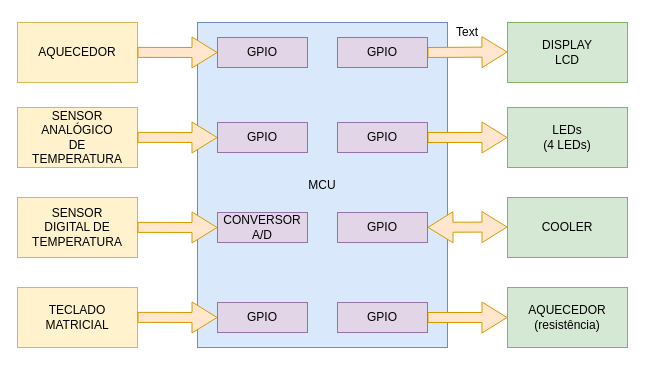
Above: Diagrama de blocos.drawio in diegusxavier/ES670-2025-Grupo-B4 (draw.io), before the change. Source tidied: cells renumbered, new cells numbered last; positions are measured from the earlier drawing's top-left corner, leaving out a move shared by most shapes. Both pictures are drawn from the tidied source at 100%, with x=0, y=0 at pixel (17, 17).
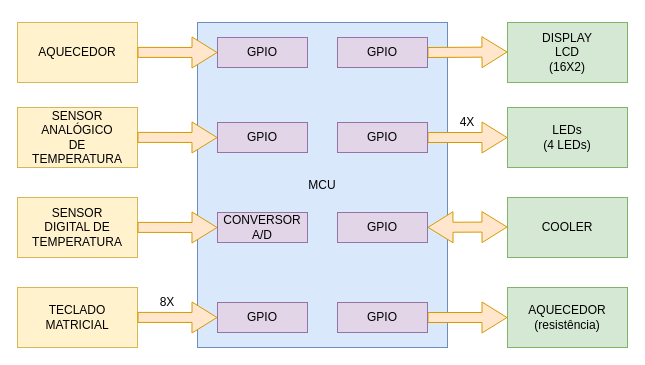
The same diagram, later.

The edit, as a diff of the source:
```diff
@@
-    <mxCell id="11" value="DISPLAY LCD" style="text;html=1;align=center;verticalAlign=middle;whiteSpace=wrap;rounded=0;" parent="1" vertex="1">
+    <mxCell id="11" value="DISPLAY LCD (16X2)" style="text;html=1;align=center;verticalAlign=middle;whiteSpace=wrap;rounded=0;" parent="1" vertex="1">
       <mxGeometry x="520" y="20" width="60" height="30" as="geometry" />
     </mxCell>
@@
-    <mxCell id="29" value="Text" style="text;html=1;align=center;verticalAlign=middle;whiteSpace=wrap;rounded=0;" parent="1" vertex="1">
-      <mxGeometry x="420" width="60" height="30" as="geometry" />
-    </mxCell>
@@
+    <mxCell id="38" value="4X" style="text;html=1;align=center;verticalAlign=middle;whiteSpace=wrap;rounded=0;" parent="1" vertex="1">
+      <mxGeometry x="420" y="90" width="60" height="30" as="geometry" />
+    </mxCell>
+    <mxCell id="39" value="8X" style="text;html=1;align=center;verticalAlign=middle;whiteSpace=wrap;rounded=0;" parent="1" vertex="1">
+      <mxGeometry x="120" y="270" width="60" height="30" as="geometry" />
+    </mxCell>
```
